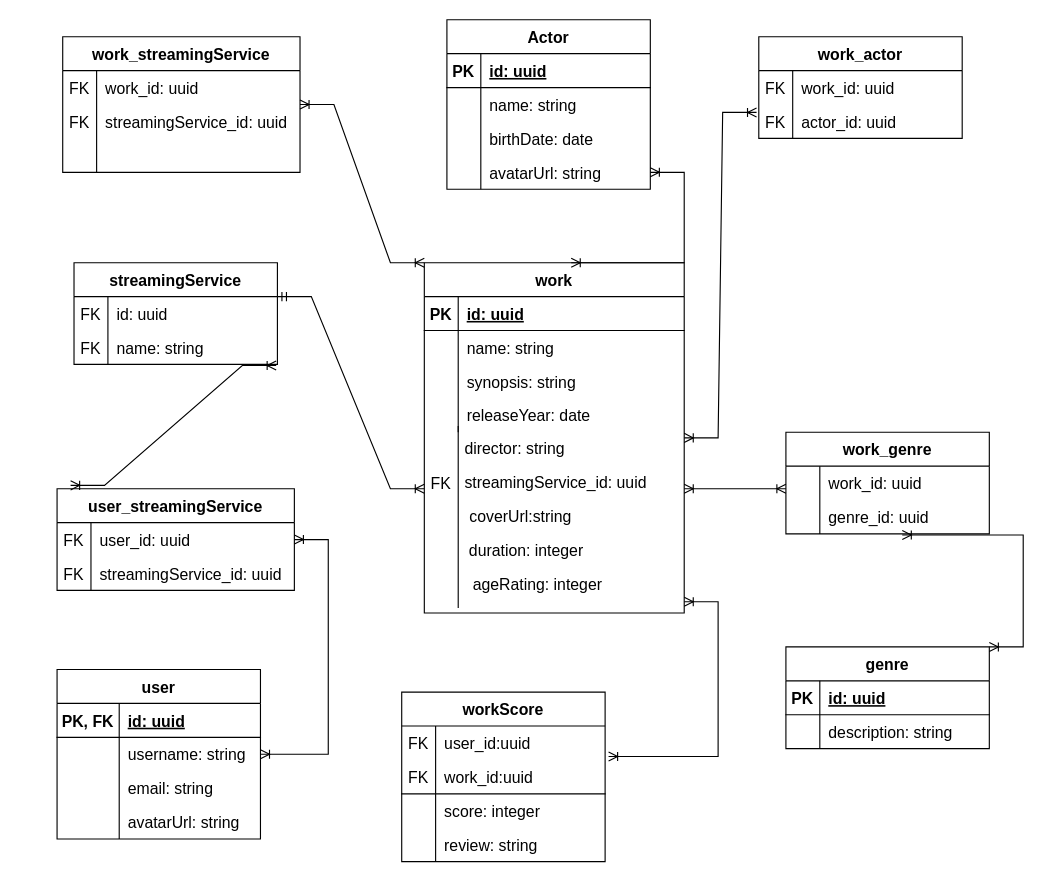
Earlier version of the draw.io diagram Diagrama sem nome.drawio (wiliansanello/videoteca-do-streaming). Source tidied: cells renumbered, new cells numbered last; positions are measured from the earlier drawing's top-left corner, leaving out a move shared by most shapes. Both pictures are drawn from the tidied source at 113%, with x=0, y=0 at pixel (56, 19).
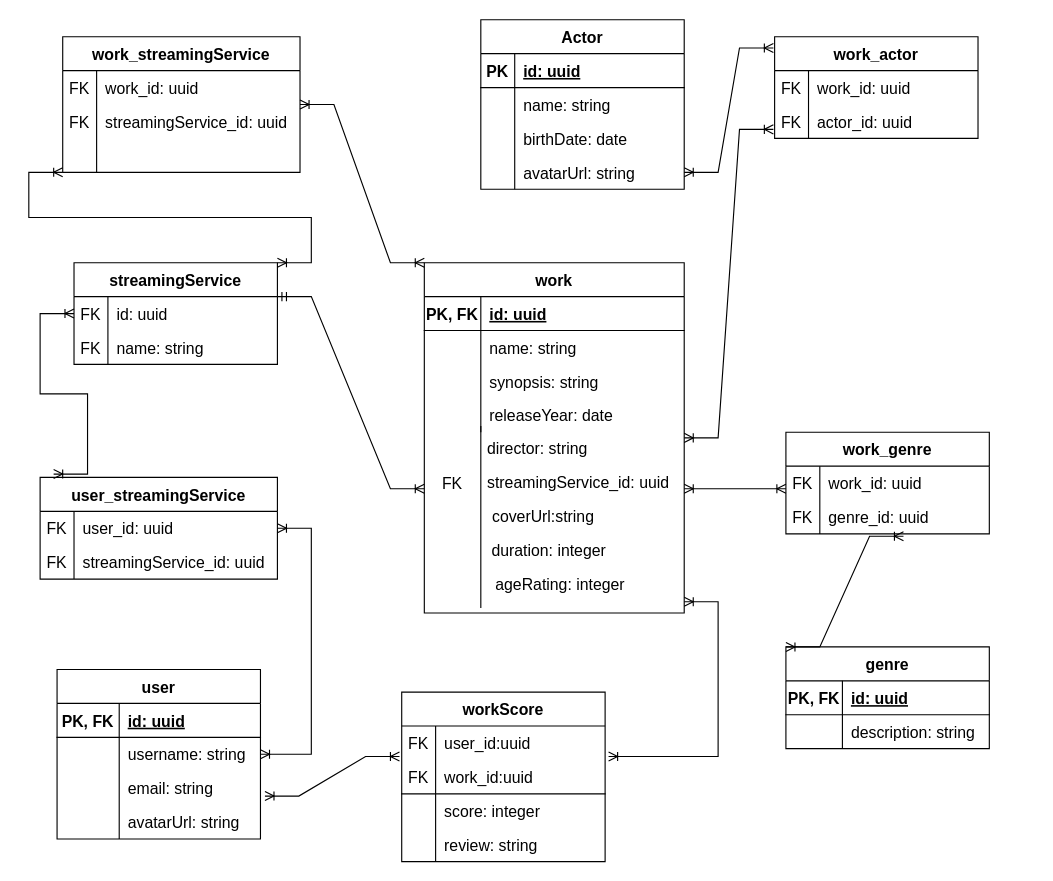
The same diagram, later.

Commit message (it also covers changes not shown here):
Primeira versão

The change refers to these unchanged cells:
```xml
<mxCell id="2" value="work" style="shape=table;startSize=30;childLayout=tableLayout;rowLines=0;fontStyle=1;align=center;fontSize=14;" parent="1" vertex="1">
  <mxGeometry x="325" y="215" width="230" height="310" as="geometry" />
</mxCell>
<mxCell id="3" style="shape=tableRow;horizontal=0;startSize=0;swimlaneHead=0;swimlaneBody=0;fillColor=none;top=0;left=0;right=0;bottom=1;fontSize=14;" parent="2" vertex="1">
  <mxGeometry y="30" width="230" height="30" as="geometry" />
</mxCell>
<mxCell id="6" style="shape=tableRow;horizontal=0;startSize=0;swimlaneHead=0;swimlaneBody=0;fillColor=none;top=0;left=0;right=0;bottom=0;fontSize=14;" parent="2" vertex="1">
  <mxGeometry y="60" width="230" height="30" as="geometry" />
</mxCell>
<mxCell id="9" style="shape=tableRow;horizontal=0;startSize=0;swimlaneHead=0;swimlaneBody=0;fillColor=none;top=0;left=0;right=0;bottom=0;fontSize=14;" parent="2" vertex="1">
  <mxGeometry y="90" width="230" height="30" as="geometry" />
</mxCell>
<mxCell id="12" style="shape=tableRow;horizontal=0;startSize=0;swimlaneHead=0;swimlaneBody=0;fillColor=none;top=0;left=0;right=0;bottom=0;fontSize=14;" parent="2" vertex="1">
  <mxGeometry y="120" width="230" height="30" as="geometry" />
</mxCell>
<mxCell id="23" value="streamingService" style="shape=table;startSize=30;childLayout=tableLayout;rowLines=0;fontStyle=1;align=center;fontSize=14;" parent="1" vertex="1">
  <mxGeometry x="15" y="215" width="180" height="90" as="geometry" />
</mxCell>
<mxCell id="24" style="shape=tableRow;horizontal=0;startSize=0;swimlaneHead=0;swimlaneBody=0;fillColor=none;points=[[0,0.5],[1,0.5]];portConstraint=eastwest;top=0;left=0;right=0;bottom=0;fontSize=14;" parent="23" vertex="1">
  <mxGeometry y="30" width="180" height="30" as="geometry" />
</mxCell>
<mxCell id="27" style="shape=tableRow;horizontal=0;startSize=0;swimlaneHead=0;swimlaneBody=0;fillColor=none;points=[[0,0.5],[1,0.5]];portConstraint=eastwest;top=0;left=0;right=0;bottom=0;fontSize=14;" parent="23" vertex="1">
  <mxGeometry y="60" width="180" height="30" as="geometry" />
</mxCell>
<mxCell id="45" style="shape=tableRow;horizontal=0;startSize=0;swimlaneHead=0;swimlaneBody=0;fillColor=none;points=[[0,0.5],[1,0.5]];portConstraint=eastwest;top=0;left=0;right=0;bottom=0;fontSize=14;" parent="38" vertex="1">
  <mxGeometry y="90" width="180" height="30" as="geometry" />
</mxCell>
<mxCell id="57" style="shape=tableRow;horizontal=0;startSize=0;swimlaneHead=0;swimlaneBody=0;fillColor=none;points=[[0,0.5],[1,0.5]];portConstraint=eastwest;top=0;left=0;right=0;bottom=1;fontSize=14;" parent="53" vertex="1">
  <mxGeometry y="60" width="180" height="30" as="geometry" />
</mxCell>
<mxCell id="81" style="shape=tableRow;horizontal=0;startSize=0;swimlaneHead=0;swimlaneBody=0;fillColor=none;points=[[0,0.5],[1,0.5]];portConstraint=eastwest;top=0;left=0;right=0;bottom=0;fontSize=14;" parent="77" vertex="1">
  <mxGeometry y="60" width="180" height="30" as="geometry" />
</mxCell>
<mxCell id="96" style="shape=tableRow;horizontal=0;startSize=0;swimlaneHead=0;swimlaneBody=0;fillColor=none;points=[[0,0.5],[1,0.5]];portConstraint=eastwest;top=0;left=0;right=0;bottom=0;fontSize=14;" parent="86" vertex="1">
  <mxGeometry y="120" width="180" height="30" as="geometry" />
</mxCell>
<mxCell id="100" style="shape=tableRow;horizontal=0;startSize=0;swimlaneHead=0;swimlaneBody=0;fillColor=none;top=0;left=0;right=0;bottom=0;fontSize=14;" parent="99" vertex="1">
  <mxGeometry y="30" width="180" height="30" as="geometry" />
</mxCell>
<mxCell id="103" style="shape=tableRow;horizontal=0;startSize=0;swimlaneHead=0;swimlaneBody=0;fillColor=none;points=[[0,0.5],[1,0.5]];portConstraint=eastwest;top=0;left=0;right=0;bottom=0;fontSize=14;" parent="99" vertex="1">
  <mxGeometry y="60" width="180" height="30" as="geometry" />
</mxCell>
<mxCell id="107" value="genre" style="shape=table;startSize=30;childLayout=tableLayout;rowLines=0;fontStyle=1;align=center;fontSize=14;" parent="1" vertex="1">
  <mxGeometry x="645" y="555" width="180" height="90" as="geometry" />
</mxCell>
<mxCell id="108" style="shape=tableRow;horizontal=0;startSize=0;swimlaneHead=0;swimlaneBody=0;fillColor=none;top=0;left=0;right=0;bottom=1;fontSize=14;" parent="107" vertex="1">
  <mxGeometry y="30" width="180" height="30" as="geometry" />
</mxCell>
<mxCell id="111" style="shape=tableRow;horizontal=0;startSize=0;swimlaneHead=0;swimlaneBody=0;fillColor=none;top=0;left=0;right=0;bottom=0;fontSize=14;" parent="107" vertex="1">
  <mxGeometry y="60" width="180" height="30" as="geometry" />
</mxCell>
```

The edit, as a diff of the source:
```diff
@@
-    <mxCell id="4" value="PK" style="shape=partialRectangle;fillColor=none;top=0;left=0;bottom=0;right=0;fontStyle=1;overflow=hidden;fontSize=14;" parent="3" vertex="1">
-      <mxGeometry width="30" height="30" as="geometry" />
+    <mxCell id="4" value="PK, FK" style="shape=partialRectangle;fillColor=none;top=0;left=0;bottom=0;right=0;fontStyle=1;overflow=hidden;fontSize=14;" parent="3" vertex="1">
+      <mxGeometry width="50" height="30" as="geometry" />
     </mxCell>
     <mxCell id="5" value="id: uuid" style="shape=partialRectangle;fillColor=none;top=0;left=0;bottom=0;right=0;align=left;spacingLeft=6;fontStyle=5;overflow=hidden;fontSize=14;" parent="3" vertex="1">
-      <mxGeometry x="30" width="200" height="30" as="geometry" />
+      <mxGeometry x="50" width="180" height="30" as="geometry" />
     </mxCell>
@@
     <mxCell id="7" style="shape=partialRectangle;fillColor=none;top=0;left=0;bottom=0;right=0;overflow=hidden;fontSize=14;" parent="6" vertex="1">
-      <mxGeometry width="30" height="30" as="geometry" />
+      <mxGeometry width="50" height="30" as="geometry" />
     </mxCell>
     <mxCell id="8" value="name: string" style="shape=partialRectangle;fillColor=none;top=0;left=0;bottom=0;right=0;align=left;spacingLeft=6;overflow=hidden;fontSize=14;" parent="6" vertex="1">
-      <mxGeometry x="30" width="200" height="30" as="geometry" />
+      <mxGeometry x="50" width="180" height="30" as="geometry" />
     </mxCell>
@@
     <mxCell id="10" style="shape=partialRectangle;fillColor=none;top=0;left=0;bottom=0;right=0;overflow=hidden;fontSize=14;" parent="9" vertex="1">
-      <mxGeometry width="30" height="30" as="geometry" />
+      <mxGeometry width="50" height="30" as="geometry" />
     </mxCell>
     <mxCell id="11" value="synopsis: string" style="shape=partialRectangle;fillColor=none;top=0;left=0;bottom=0;right=0;align=left;spacingLeft=6;overflow=hidden;fontSize=14;" parent="9" vertex="1">
-      <mxGeometry x="30" width="200" height="30" as="geometry" />
+      <mxGeometry x="50" width="180" height="30" as="geometry" />
     </mxCell>
@@
     <mxCell id="13" style="shape=partialRectangle;fillColor=none;top=0;left=0;bottom=0;right=0;overflow=hidden;fontSize=14;" parent="12" vertex="1">
-      <mxGeometry width="30" height="30" as="geometry" />
+      <mxGeometry width="50" height="30" as="geometry" />
     </mxCell>
     <mxCell id="14" value="releaseYear: date" style="shape=partialRectangle;fillColor=none;top=0;left=0;bottom=0;right=0;align=left;spacingLeft=6;overflow=hidden;fontSize=14;" parent="12" vertex="1">
-      <mxGeometry x="30" width="200" height="30" as="geometry" />
+      <mxGeometry x="50" width="180" height="30" as="geometry" />
     </mxCell>
     <mxCell id="15" value="director: string" style="text;strokeColor=none;fillColor=none;spacingLeft=4;spacingRight=4;overflow=hidden;fontSize=14;" parent="1" vertex="1">
-      <mxGeometry x="355" y="365" width="200" height="30" as="geometry" />
+      <mxGeometry x="375" y="365" width="130" height="30" as="geometry" />
     </mxCell>
@@
     <mxCell id="17" value="streamingService_id: uuid" style="text;strokeColor=none;fillColor=none;spacingLeft=4;spacingRight=4;overflow=hidden;fontSize=14;" parent="1" vertex="1">
-      <mxGeometry x="355" y="395" width="190" height="30" as="geometry" />
+      <mxGeometry x="375" y="395" width="190" height="30" as="geometry" />
     </mxCell>
     <mxCell id="18" value="FK" style="shape=partialRectangle;fillColor=none;top=0;left=0;bottom=0;right=0;overflow=hidden;fontSize=14;" parent="1" vertex="1">
-      <mxGeometry x="325" y="395" width="30" height="30" as="geometry" />
+      <mxGeometry x="335" y="395" width="30" height="30" as="geometry" />
     </mxCell>
     <mxCell id="19" style="shape=partialRectangle;whiteSpace=wrap;html=1;right=0;top=0;bottom=0;fillColor=none;routingCenterX=-0.5;fontSize=14;" parent="1" vertex="1">
-      <mxGeometry x="355" y="360" width="10" height="160" as="geometry" />
+      <mxGeometry x="375" y="360" width="10" height="160" as="geometry" />
     </mxCell>
     <mxCell id="20" value="coverUrl:string" style="text;html=1;align=center;verticalAlign=middle;strokeColor=none;fillColor=none;fontSize=14;" parent="1" vertex="1">
-      <mxGeometry x="355" y="425" width="110" height="30" as="geometry" />
+      <mxGeometry x="375" y="425" width="110" height="30" as="geometry" />
     </mxCell>
     <mxCell id="21" value="duration: integer&lt;br&gt;" style="text;html=1;align=center;verticalAlign=middle;strokeColor=none;fillColor=none;fontSize=14;" parent="1" vertex="1">
-      <mxGeometry x="355" y="455" width="120" height="30" as="geometry" />
+      <mxGeometry x="375" y="455" width="120" height="30" as="geometry" />
     </mxCell>
     <mxCell id="22" value="ageRating: integer" style="text;html=1;align=center;verticalAlign=middle;strokeColor=none;fillColor=none;fontSize=14;" parent="1" vertex="1">
-      <mxGeometry x="355" y="485" width="140" height="30" as="geometry" />
+      <mxGeometry x="375" y="485" width="140" height="30" as="geometry" />
     </mxCell>
@@
     <mxCell id="30" value="user_streamingService" style="shape=table;startSize=30;childLayout=tableLayout;rowLines=0;fontStyle=1;align=center;fontSize=14;" parent="1" vertex="1">
-      <mxGeometry y="415" width="210" height="90" as="geometry" />
+      <mxGeometry x="-15" y="405" width="210" height="90" as="geometry" />
     </mxCell>
@@
-    <mxCell id="37" style="shape=partialRectangle;fillColor=none;top=0;left=0;bottom=0;right=0;align=left;spacingLeft=6;overflow=hidden;fontSize=14;" parent="1" vertex="1">
-      <mxGeometry x="335" y="365" width="220" height="30" as="geometry" />
-    </mxCell>
@@
-    <mxCell id="52" style="edgeStyle=entityRelationEdgeStyle;fontSize=12;html=1;endArrow=ERoneToMany;startArrow=ERoneToMany;rounded=0;entryX=0.994;entryY=1.033;entryDx=0;entryDy=0;exitX=0.057;exitY=-0.033;exitDx=0;exitDy=0;entryPerimeter=0;exitPerimeter=0;" parent="1" edge="1" source="30" target="27">
+    <mxCell id="52" style="edgeStyle=entityRelationEdgeStyle;fontSize=12;html=1;endArrow=ERoneToMany;startArrow=ERoneToMany;rounded=0;entryX=0;entryY=0.5;entryDx=0;entryDy=0;exitX=0.057;exitY=-0.033;exitDx=0;exitDy=0;exitPerimeter=0;" parent="1" edge="1" source="30" target="24">
       <mxGeometry x="-1" y="206" relative="1" as="geometry">
         <mxPoint x="-180" y="106" as="offset" />
       </mxGeometry>
     </mxCell>
@@
     <mxCell id="77" value="work_actor" style="shape=table;startSize=30;childLayout=tableLayout;rowLines=0;fontStyle=1;align=center;fontSize=14;" parent="1" vertex="1">
-      <mxGeometry x="621" y="15" width="180" height="90" as="geometry" />
+      <mxGeometry x="635" y="15" width="180" height="90" as="geometry" />
     </mxCell>
@@
-    <mxCell id="84" style="edgeStyle=entityRelationEdgeStyle;fontSize=12;html=1;endArrow=ERoneToMany;startArrow=ERoneToMany;rounded=0;entryX=-0.011;entryY=0.233;entryDx=0;entryDy=0;entryPerimeter=0;" parent="1" edge="1" source="2" target="81">
+    <mxCell id="84" style="edgeStyle=entityRelationEdgeStyle;fontSize=12;html=1;endArrow=ERoneToMany;startArrow=ERoneToMany;rounded=0;entryX=-0.006;entryY=0.733;entryDx=0;entryDy=0;entryPerimeter=0;" parent="1" edge="1" source="2" target="81">
       <mxGeometry x="-0.39" y="-9" relative="1" as="geometry" />
     </mxCell>
@@
     <mxCell id="86" value="Actor" style="shape=table;startSize=30;childLayout=tableLayout;rowLines=0;fontStyle=1;align=center;fontSize=14;" parent="1" vertex="1">
-      <mxGeometry x="345" width="180" height="150" as="geometry" />
+      <mxGeometry x="375" width="180" height="150" as="geometry" />
     </mxCell>
@@
-    <mxCell id="101" style="shape=partialRectangle;fillColor=none;top=0;left=0;bottom=0;right=0;overflow=hidden;fontSize=14;" parent="100" vertex="1">
+    <mxCell id="101" value="FK" style="shape=partialRectangle;fillColor=none;top=0;left=0;bottom=0;right=0;overflow=hidden;fontSize=14;" parent="100" vertex="1">
       <mxGeometry width="30" height="30" as="geometry" />
     </mxCell>
@@
-    <mxCell id="104" style="shape=partialRectangle;fillColor=none;top=0;left=0;bottom=0;right=0;overflow=hidden;fontSize=14;" parent="103" vertex="1">
+    <mxCell id="104" value="FK" style="shape=partialRectangle;fillColor=none;top=0;left=0;bottom=0;right=0;overflow=hidden;fontSize=14;" parent="103" vertex="1">
       <mxGeometry width="30" height="30" as="geometry" />
     </mxCell>
@@
-    <mxCell id="106" style="edgeStyle=entityRelationEdgeStyle;fontSize=12;html=1;endArrow=ERoneToMany;startArrow=ERoneToMany;rounded=0;" parent="1" edge="1" target="96">
+    <mxCell id="106" style="edgeStyle=entityRelationEdgeStyle;fontSize=12;html=1;endArrow=ERoneToMany;startArrow=ERoneToMany;rounded=0;exitX=-0.006;exitY=0.111;exitDx=0;exitDy=0;exitPerimeter=0;" parent="1" edge="1" source="77" target="96">
       <mxGeometry x="-1" y="82" relative="1" as="geometry">
-        <mxPoint x="455" y="215" as="sourcePoint" />
         <mxPoint x="-20" y="2" as="offset" />
       </mxGeometry>
     </mxCell>
@@
-    <mxCell id="109" value="PK" style="shape=partialRectangle;fillColor=none;top=0;left=0;bottom=0;right=0;fontStyle=1;overflow=hidden;fontSize=14;" parent="108" vertex="1">
-      <mxGeometry width="30" height="30" as="geometry" />
+    <mxCell id="109" value="PK, FK" style="shape=partialRectangle;fillColor=none;top=0;left=0;bottom=0;right=0;fontStyle=1;overflow=hidden;fontSize=14;" parent="108" vertex="1">
+      <mxGeometry width="50" height="30" as="geometry" />
     </mxCell>
     <mxCell id="110" value="id: uuid" style="shape=partialRectangle;fillColor=none;top=0;left=0;bottom=0;right=0;align=left;spacingLeft=6;fontStyle=5;overflow=hidden;fontSize=14;" parent="108" vertex="1">
-      <mxGeometry x="30" width="150" height="30" as="geometry" />
+      <mxGeometry x="50" width="130" height="30" as="geometry" />
     </mxCell>
@@
     <mxCell id="112" style="shape=partialRectangle;fillColor=none;top=0;left=0;bottom=0;right=0;overflow=hidden;fontSize=14;" parent="111" vertex="1">
-      <mxGeometry width="30" height="30" as="geometry" />
+      <mxGeometry width="50" height="30" as="geometry" />
     </mxCell>
     <mxCell id="113" value="description: string" style="shape=partialRectangle;fillColor=none;top=0;left=0;bottom=0;right=0;align=left;spacingLeft=6;overflow=hidden;fontSize=14;" parent="111" vertex="1">
-      <mxGeometry x="30" width="150" height="30" as="geometry" />
+      <mxGeometry x="50" width="130" height="30" as="geometry" />
     </mxCell>
@@
-    <mxCell id="116" style="edgeStyle=entityRelationEdgeStyle;fontSize=12;html=1;endArrow=ERoneToMany;startArrow=ERoneToMany;rounded=0;entryX=0.572;entryY=1.033;entryDx=0;entryDy=0;entryPerimeter=0;" parent="1" edge="1" target="103">
-      <mxGeometry relative="1" as="geometry">
-        <mxPoint x="825" y="555" as="sourcePoint" />
-      </mxGeometry>
+    <mxCell id="116" style="edgeStyle=entityRelationEdgeStyle;fontSize=12;html=1;endArrow=ERoneToMany;startArrow=ERoneToMany;rounded=0;entryX=0.578;entryY=1.067;entryDx=0;entryDy=0;entryPerimeter=0;exitX=0;exitY=0;exitDx=0;exitDy=0;" parent="1" edge="1" source="107" target="103">
+      <mxGeometry relative="1" as="geometry" />
     </mxCell>
+    <mxCell id="117" style="edgeStyle=entityRelationEdgeStyle;fontSize=12;html=1;endArrow=ERoneToMany;startArrow=ERoneToMany;rounded=0;exitX=1;exitY=0;exitDx=0;exitDy=0;" parent="1" edge="1" source="23">
+      <mxGeometry relative="1" as="geometry">
+        <mxPoint x="5" y="135" as="targetPoint" />
+      </mxGeometry>
+    </mxCell>
+    <mxCell id="118" style="edgeStyle=entityRelationEdgeStyle;fontSize=12;html=1;endArrow=ERoneToMany;startArrow=ERoneToMany;rounded=0;entryX=-0.011;entryY=-0.1;entryDx=0;entryDy=0;entryPerimeter=0;exitX=1.022;exitY=0.733;exitDx=0;exitDy=0;exitPerimeter=0;" parent="1" edge="1" source="45" target="57">
+      <mxGeometry relative="1" as="geometry" />
+    </mxCell>
```
